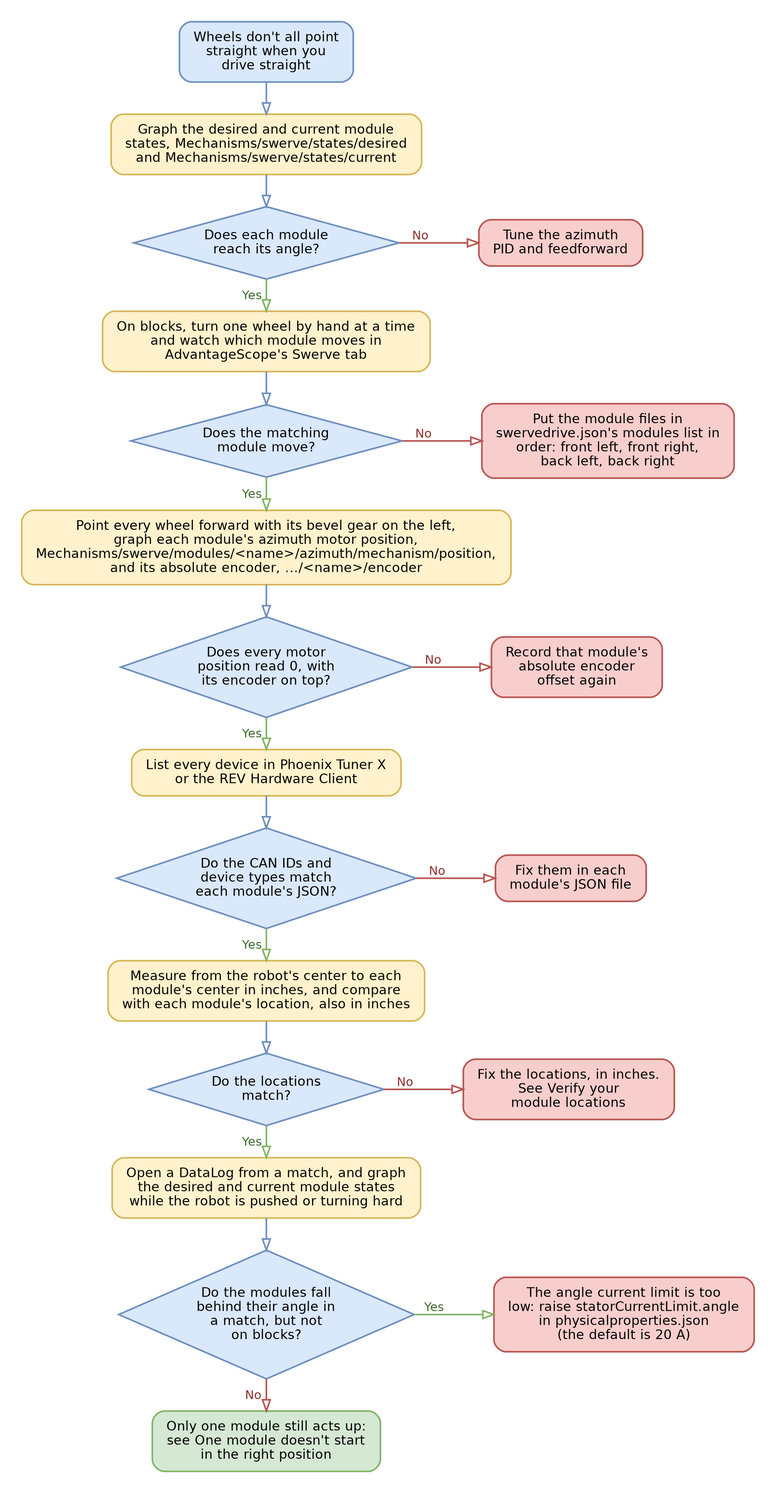
Yet-Another-Software-Suite/YAGSL-gitbook keeps this Graphviz diagram as .gitbook/assets/yagsl-flowchart-align.png. Above is the earlier version. Its source is kept beside it as .gitbook/assets/yagsl-flowchart-align.dot.
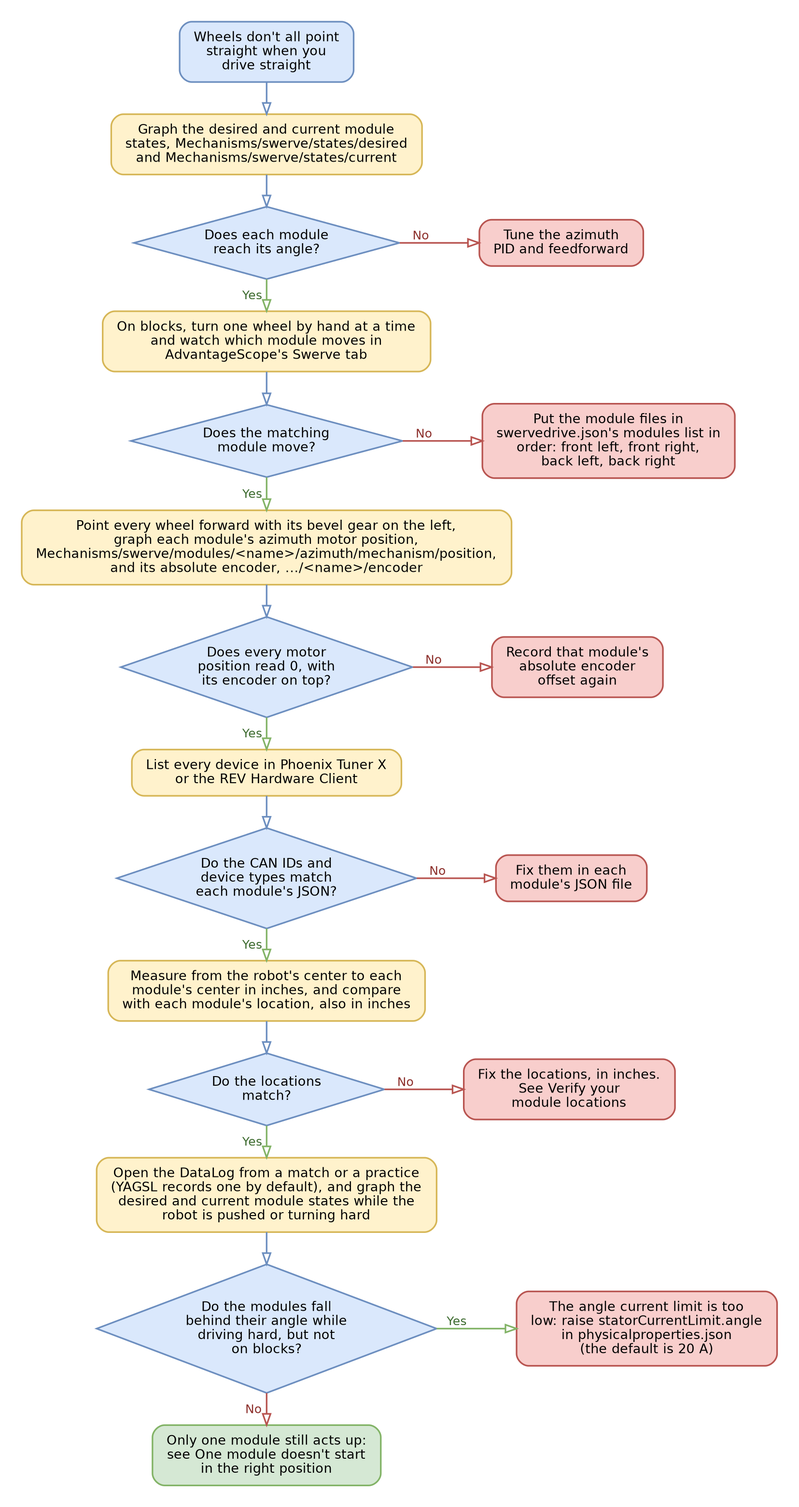
The same file after the commit.

Commit message:
Wheels flowchart: any match or practice DataLog works, and YAGSL records one by default

What changed in the source:
```diff
@@ -40,8 +40,8 @@
   h5 -> q5 [color="#6c8ebf", weight=10];
   q5 -> f5 [xlabel=" No ", color="#b85450", fontcolor="#8c2f2b"];
   q5 -> h6 [xlabel=" Yes ", color="#82b366", fontcolor="#3d6b2f", weight=10];
-  h6 [label="Open a DataLog from a match, and graph\nthe desired and current module states\nwhile the robot is pushed or turning hard", shape=box, style="rounded,filled", fillcolor="#fff2cc", color="#d6b656"];
-  q6 [label="Do the modules fall\nbehind their angle in\na match, but not\non blocks?", shape=diamond, style=filled, fillcolor="#dae8fc", color="#6c8ebf", margin="0.05,0.05"];
+  h6 [label="Open the DataLog from a match or a practice\n(YAGSL records one by default), and graph the\ndesired and current module states while the\nrobot is pushed or turning hard", shape=box, style="rounded,filled", fillcolor="#fff2cc", color="#d6b656"];
+  q6 [label="Do the modules fall\nbehind their angle while\ndriving hard, but not\non blocks?", shape=diamond, style=filled, fillcolor="#dae8fc", color="#6c8ebf", margin="0.05,0.05"];
   f6 [label="The angle current limit is too\nlow: raise statorCurrentLimit.angle\nin physicalproperties.json\n(the default is 20 A)", shape=box, style="rounded,filled", fillcolor="#f8cecc", color="#b85450"];
   {rank=same; q6; f6;}
   h6 -> q6 [color="#6c8ebf", weight=10];
```
